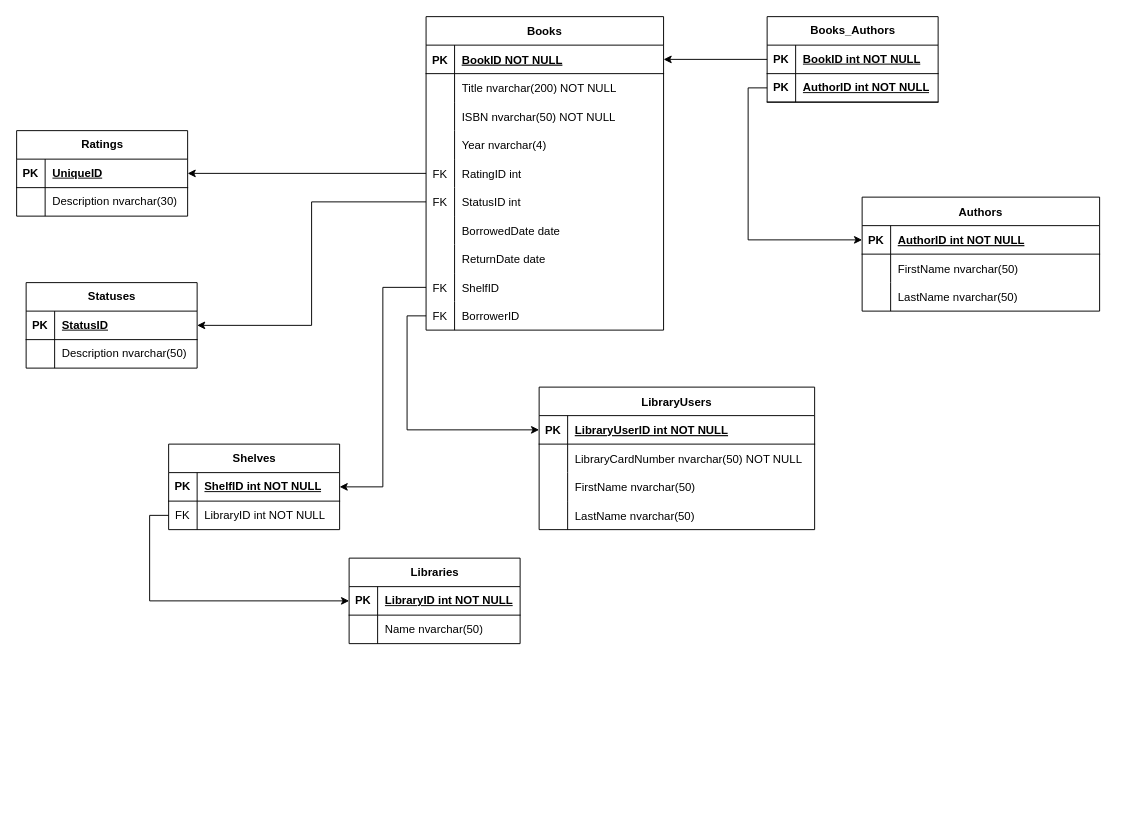
sarlinkle/LibraryAppWebAPI keeps this draw.io diagram as EntityRelationshipDiagram.drawio. Above is the earlier version. Source tidied: cells renumbered, new cells numbered last; positions are measured from the earlier drawing's top-left corner, leaving out a move shared by most shapes. Both pictures are drawn from the tidied source at 95%, with x=0, y=0 at pixel (16, 16).
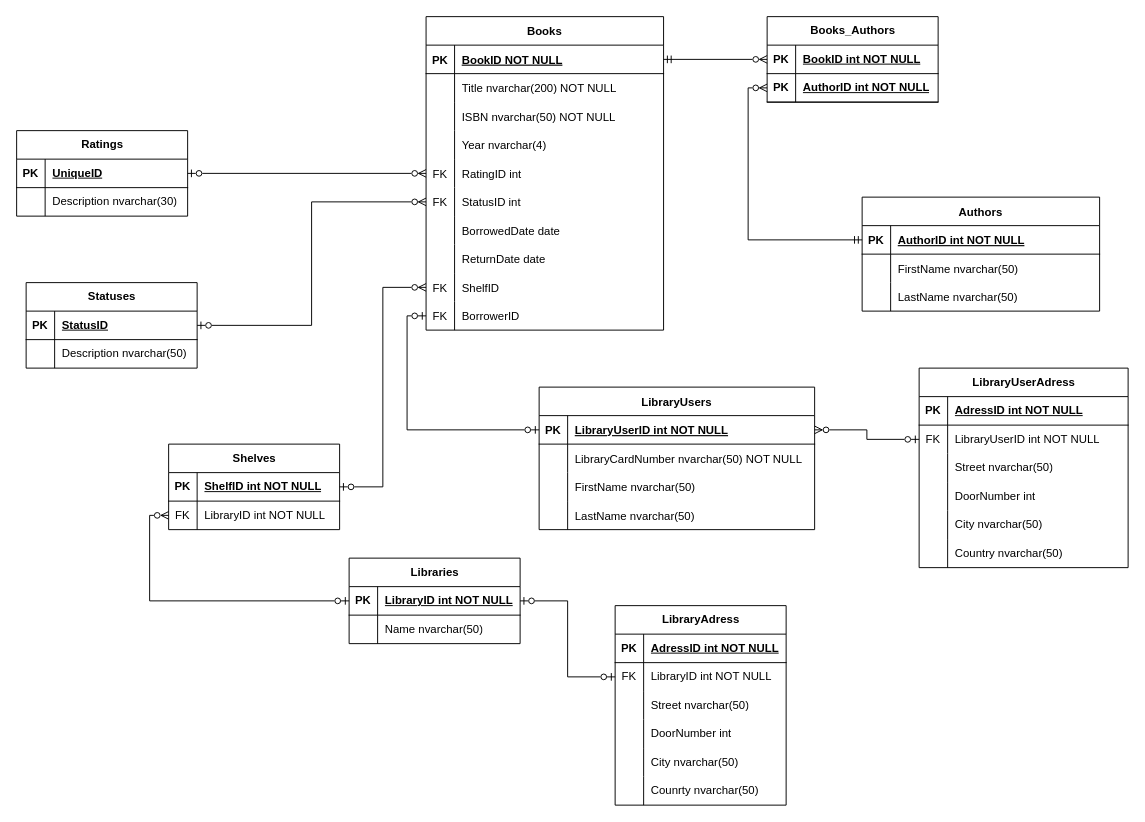
After the change.

The change refers to these unchanged cells:
```xml
<mxCell id="3" style="shape=partialRectangle;fillColor=none;points=[[0,0.5],[1,0.5]];portConstraint=eastwest;top=0;left=0;right=0;bottom=1;" parent="2" vertex="1">
  <mxGeometry y="30" width="250" height="30" as="geometry" />
</mxCell>
<mxCell id="13" style="shape=partialRectangle;fillColor=none;points=[[0,0.5],[1,0.5]];portConstraint=eastwest;top=0;left=0;right=0;bottom=1;" parent="12" vertex="1">
  <mxGeometry y="30" width="290" height="30" as="geometry" />
</mxCell>
<mxCell id="26" style="shape=partialRectangle;fillColor=none;points=[[0,0.5],[1,0.5]];portConstraint=eastwest;top=0;left=0;right=0;bottom=1;" parent="25" vertex="1">
  <mxGeometry y="30" width="250" height="30" as="geometry" />
</mxCell>
<mxCell id="38" style="shape=partialRectangle;fillColor=none;points=[[0,0.5],[1,0.5]];portConstraint=eastwest;top=0;left=0;right=0;bottom=0;" parent="25" vertex="1">
  <mxGeometry y="150" width="250" height="30" as="geometry" />
</mxCell>
<mxCell id="41" style="shape=partialRectangle;fillColor=none;points=[[0,0.5],[1,0.5]];portConstraint=eastwest;top=0;left=0;right=0;bottom=0;" parent="25" vertex="1">
  <mxGeometry y="180" width="250" height="30" as="geometry" />
</mxCell>
<mxCell id="50" style="shape=partialRectangle;fillColor=none;points=[[0,0.5],[1,0.5]];portConstraint=eastwest;top=0;left=0;right=0;bottom=0;" parent="25" vertex="1">
  <mxGeometry y="270" width="250" height="30" as="geometry" />
</mxCell>
<mxCell id="53" style="shape=partialRectangle;fillColor=none;points=[[0,0.5],[1,0.5]];portConstraint=eastwest;top=0;left=0;right=0;bottom=0;" parent="25" vertex="1">
  <mxGeometry y="300" width="250" height="30" as="geometry" />
</mxCell>
<mxCell id="57" style="shape=tableRow;horizontal=0;startSize=0;swimlaneHead=0;swimlaneBody=0;fillColor=none;points=[[0,0.5],[1,0.5]];portConstraint=eastwest;top=0;left=0;right=0;bottom=1;" parent="56" vertex="1">
  <mxGeometry y="30" width="180" height="30" as="geometry" />
</mxCell>
<mxCell id="60" style="shape=tableRow;horizontal=0;startSize=0;swimlaneHead=0;swimlaneBody=0;fillColor=none;points=[[0,0.5],[1,0.5]];portConstraint=eastwest;top=0;left=0;right=0;bottom=1;" parent="56" vertex="1">
  <mxGeometry y="60" width="180" height="30" as="geometry" />
</mxCell>
<mxCell id="64" style="shape=tableRow;horizontal=0;startSize=0;swimlaneHead=0;swimlaneBody=0;fillColor=none;points=[[0,0.5],[1,0.5]];portConstraint=eastwest;top=0;left=0;right=0;bottom=1;" parent="63" vertex="1">
  <mxGeometry y="30" width="180" height="30" as="geometry" />
</mxCell>
<mxCell id="67" style="shape=tableRow;horizontal=0;startSize=0;swimlaneHead=0;swimlaneBody=0;fillColor=none;points=[[0,0.5],[1,0.5]];portConstraint=eastwest;top=0;left=0;right=0;bottom=0;" parent="63" vertex="1">
  <mxGeometry y="60" width="180" height="30" as="geometry" />
</mxCell>
<mxCell id="71" style="shape=tableRow;horizontal=0;startSize=0;swimlaneHead=0;swimlaneBody=0;fillColor=none;points=[[0,0.5],[1,0.5]];portConstraint=eastwest;top=0;left=0;right=0;bottom=1;" parent="70" vertex="1">
  <mxGeometry y="30" width="180" height="30" as="geometry" />
</mxCell>
<mxCell id="78" style="shape=tableRow;horizontal=0;startSize=0;swimlaneHead=0;swimlaneBody=0;fillColor=none;points=[[0,0.5],[1,0.5]];portConstraint=eastwest;top=0;left=0;right=0;bottom=1;" parent="77" vertex="1">
  <mxGeometry y="30" width="180" height="30" as="geometry" />
</mxCell>
<mxCell id="86" style="shape=tableRow;horizontal=0;startSize=0;swimlaneHead=0;swimlaneBody=0;fillColor=none;points=[[0,0.5],[1,0.5]];portConstraint=eastwest;top=0;left=0;right=0;bottom=1;" parent="85" vertex="1">
  <mxGeometry y="30" width="180" height="30" as="geometry" />
</mxCell>
```

What changed in the source:
```diff
@@
-    <mxCell id="84" style="edgeStyle=orthogonalEdgeStyle;rounded=0;jettySize=auto;html=1;exitX=0;exitY=0.5;exitDx=0;exitDy=0;entryX=1;entryY=0.5;entryDx=0;entryDy=0;" parent="1" edge="1" source="50" target="64">
+    <mxCell id="84" style="edgeStyle=orthogonalEdgeStyle;rounded=0;jettySize=auto;html=1;exitX=0;exitY=0.5;exitDx=0;exitDy=0;entryX=1;entryY=0.5;entryDx=0;entryDy=0;startArrow=ERzeroToMany;startFill=0;endArrow=ERzeroToOne;endFill=0;" parent="1" edge="1" source="50" target="64">
       <mxGeometry relative="1" as="geometry" />
     </mxCell>
@@
-    <mxCell id="92" style="edgeStyle=orthogonalEdgeStyle;rounded=0;jettySize=auto;html=1;entryX=1;entryY=0.5;entryDx=0;entryDy=0;" parent="1" edge="1" source="41" target="86">
+    <mxCell id="92" style="edgeStyle=orthogonalEdgeStyle;rounded=0;jettySize=auto;html=1;entryX=1;entryY=0.5;entryDx=0;entryDy=0;startArrow=ERzeroToMany;startFill=0;endArrow=ERzeroToOne;endFill=0;" parent="1" edge="1" source="41" target="86">
       <mxGeometry relative="1" as="geometry" />
     </mxCell>
-    <mxCell id="93" style="edgeStyle=orthogonalEdgeStyle;rounded=0;jettySize=auto;html=1;entryX=1;entryY=0.5;entryDx=0;entryDy=0;" parent="1" edge="1" source="38" target="78">
+    <mxCell id="93" style="edgeStyle=orthogonalEdgeStyle;rounded=0;jettySize=auto;html=1;entryX=1;entryY=0.5;entryDx=0;entryDy=0;startArrow=ERzeroToMany;startFill=0;endArrow=ERzeroToOne;endFill=0;" parent="1" edge="1" source="38" target="78">
       <mxGeometry relative="1" as="geometry" />
     </mxCell>
-    <mxCell id="94" style="edgeStyle=orthogonalEdgeStyle;rounded=0;jettySize=auto;html=1;exitX=0;exitY=0.5;exitDx=0;exitDy=0;entryX=0;entryY=0.5;entryDx=0;entryDy=0;" parent="1" edge="1" source="53" target="13">
+    <mxCell id="94" style="edgeStyle=orthogonalEdgeStyle;rounded=0;jettySize=auto;html=1;exitX=0;exitY=0.5;exitDx=0;exitDy=0;entryX=0;entryY=0.5;entryDx=0;entryDy=0;startArrow=ERzeroToOne;startFill=0;endArrow=ERzeroToOne;endFill=0;" parent="1" edge="1" source="53" target="13">
       <mxGeometry relative="1" as="geometry" />
     </mxCell>
-    <mxCell id="95" style="edgeStyle=orthogonalEdgeStyle;rounded=0;jettySize=auto;html=1;exitX=0;exitY=0.5;exitDx=0;exitDy=0;entryX=1;entryY=0.5;entryDx=0;entryDy=0;" parent="1" edge="1" source="57" target="26">
+    <mxCell id="95" style="edgeStyle=orthogonalEdgeStyle;rounded=0;jettySize=auto;html=1;exitX=0;exitY=0.5;exitDx=0;exitDy=0;entryX=1;entryY=0.5;entryDx=0;entryDy=0;endArrow=ERmandOne;endFill=0;startArrow=ERzeroToMany;startFill=0;" parent="1" edge="1" source="57" target="26">
       <mxGeometry relative="1" as="geometry" />
     </mxCell>
-    <mxCell id="96" style="edgeStyle=orthogonalEdgeStyle;rounded=0;jettySize=auto;html=1;exitX=0;exitY=0.5;exitDx=0;exitDy=0;entryX=0;entryY=0.5;entryDx=0;entryDy=0;" parent="1" edge="1" source="60" target="3">
+    <mxCell id="96" style="edgeStyle=orthogonalEdgeStyle;rounded=0;jettySize=auto;html=1;exitX=0;exitY=0.5;exitDx=0;exitDy=0;entryX=0;entryY=0.5;entryDx=0;entryDy=0;startArrow=ERzeroToMany;startFill=0;endArrow=ERmandOne;endFill=0;" parent="1" edge="1" source="60" target="3">
       <mxGeometry relative="1" as="geometry" />
     </mxCell>
-    <mxCell id="97" style="edgeStyle=orthogonalEdgeStyle;rounded=0;jettySize=auto;html=1;exitX=0;exitY=0.5;exitDx=0;exitDy=0;entryX=0;entryY=0.5;entryDx=0;entryDy=0;" parent="1" edge="1" source="67" target="71">
+    <mxCell id="97" style="edgeStyle=orthogonalEdgeStyle;rounded=0;jettySize=auto;html=1;exitX=0;exitY=0.5;exitDx=0;exitDy=0;entryX=0;entryY=0.5;entryDx=0;entryDy=0;startArrow=ERzeroToMany;startFill=0;endArrow=ERzeroToOne;endFill=0;" parent="1" edge="1" source="67" target="71">
       <mxGeometry relative="1" as="geometry" />
     </mxCell>
+    <mxCell id="98" value="LibraryUserAdress" style="shape=table;startSize=30;childLayout=tableLayout;rowLines=0;fontStyle=1;align=center;html=1;" parent="1" vertex="1">
+      <mxGeometry x="950" y="370" width="220" height="210" as="geometry" />
+    </mxCell>
+    <mxCell id="99" style="shape=tableRow;horizontal=0;startSize=0;swimlaneHead=0;swimlaneBody=0;fillColor=none;top=0;left=0;right=0;bottom=1;" parent="98" vertex="1">
+      <mxGeometry y="30" width="220" height="30" as="geometry" />
+    </mxCell>
+    <mxCell id="100" value="PK" style="shape=partialRectangle;fillColor=none;top=0;left=0;bottom=0;right=0;fontStyle=1;overflow=hidden;whiteSpace=wrap;html=1;" parent="99" vertex="1">
+      <mxGeometry width="30" height="30" as="geometry" />
+    </mxCell>
+    <mxCell id="101" value="AdressID int NOT NULL" style="shape=partialRectangle;fillColor=none;top=0;left=0;bottom=0;right=0;align=left;spacingLeft=6;fontStyle=5;overflow=hidden;whiteSpace=wrap;html=1;" parent="99" vertex="1">
+      <mxGeometry x="30" width="190" height="30" as="geometry" />
+    </mxCell>
+    <mxCell id="102" style="shape=tableRow;horizontal=0;startSize=0;swimlaneHead=0;swimlaneBody=0;fillColor=none;points=[[0,0.5],[1,0.5]];portConstraint=eastwest;top=0;left=0;right=0;bottom=0;" parent="98" vertex="1">
+      <mxGeometry y="60" width="220" height="30" as="geometry" />
+    </mxCell>
+    <mxCell id="103" value="FK" style="shape=partialRectangle;fillColor=none;top=0;left=0;bottom=0;right=0;overflow=hidden;whiteSpace=wrap;html=1;" parent="102" vertex="1">
+      <mxGeometry width="30" height="30" as="geometry" />
+    </mxCell>
+    <mxCell id="104" value="LibraryUserID int NOT NULL" style="shape=partialRectangle;fillColor=none;top=0;left=0;bottom=0;right=0;align=left;spacingLeft=6;overflow=hidden;whiteSpace=wrap;html=1;" parent="102" vertex="1">
+      <mxGeometry x="30" width="190" height="30" as="geometry" />
+    </mxCell>
+    <mxCell id="105" style="shape=tableRow;horizontal=0;startSize=0;swimlaneHead=0;swimlaneBody=0;fillColor=none;top=0;left=0;right=0;bottom=0;" parent="98" vertex="1">
+      <mxGeometry y="90" width="220" height="30" as="geometry" />
+    </mxCell>
+    <mxCell id="106" style="shape=partialRectangle;fillColor=none;top=0;left=0;bottom=0;right=0;overflow=hidden;whiteSpace=wrap;html=1;" parent="105" vertex="1">
+      <mxGeometry width="30" height="30" as="geometry" />
+    </mxCell>
+    <mxCell id="107" value="Street nvarchar(50)" style="shape=partialRectangle;fillColor=none;top=0;left=0;bottom=0;right=0;align=left;spacingLeft=6;overflow=hidden;whiteSpace=wrap;html=1;" parent="105" vertex="1">
+      <mxGeometry x="30" width="190" height="30" as="geometry" />
+    </mxCell>
+    <mxCell id="108" style="shape=tableRow;horizontal=0;startSize=0;swimlaneHead=0;swimlaneBody=0;fillColor=none;top=0;left=0;right=0;bottom=0;" parent="98" vertex="1">
+      <mxGeometry y="120" width="220" height="30" as="geometry" />
+    </mxCell>
+    <mxCell id="109" style="shape=partialRectangle;fillColor=none;top=0;left=0;bottom=0;right=0;overflow=hidden;whiteSpace=wrap;html=1;" parent="108" vertex="1">
+      <mxGeometry width="30" height="30" as="geometry" />
+    </mxCell>
+    <mxCell id="110" value="DoorNumber int" style="shape=partialRectangle;fillColor=none;top=0;left=0;bottom=0;right=0;align=left;spacingLeft=6;overflow=hidden;whiteSpace=wrap;html=1;" parent="108" vertex="1">
+      <mxGeometry x="30" width="190" height="30" as="geometry" />
+    </mxCell>
+    <mxCell id="111" style="shape=tableRow;horizontal=0;startSize=0;swimlaneHead=0;swimlaneBody=0;fillColor=none;top=0;left=0;right=0;bottom=0;" parent="98" vertex="1">
+      <mxGeometry y="150" width="220" height="30" as="geometry" />
+    </mxCell>
+    <mxCell id="112" style="shape=partialRectangle;fillColor=none;top=0;left=0;bottom=0;right=0;overflow=hidden;whiteSpace=wrap;html=1;" parent="111" vertex="1">
+      <mxGeometry width="30" height="30" as="geometry" />
+    </mxCell>
+    <mxCell id="113" value="City nvarchar(50)" style="shape=partialRectangle;fillColor=none;top=0;left=0;bottom=0;right=0;align=left;spacingLeft=6;overflow=hidden;whiteSpace=wrap;html=1;" parent="111" vertex="1">
+      <mxGeometry x="30" width="190" height="30" as="geometry" />
+    </mxCell>
+    <mxCell id="114" style="shape=tableRow;horizontal=0;startSize=0;swimlaneHead=0;swimlaneBody=0;fillColor=none;top=0;left=0;right=0;bottom=0;" parent="98" vertex="1">
+      <mxGeometry y="180" width="220" height="30" as="geometry" />
+    </mxCell>
+    <mxCell id="115" style="shape=partialRectangle;fillColor=none;top=0;left=0;bottom=0;right=0;overflow=hidden;whiteSpace=wrap;html=1;" parent="114" vertex="1">
+      <mxGeometry width="30" height="30" as="geometry" />
+    </mxCell>
+    <mxCell id="116" value="Country nvarchar(50)" style="shape=partialRectangle;fillColor=none;top=0;left=0;bottom=0;right=0;align=left;spacingLeft=6;overflow=hidden;whiteSpace=wrap;html=1;" parent="114" vertex="1">
+      <mxGeometry x="30" width="190" height="30" as="geometry" />
+    </mxCell>
+    <mxCell id="117" style="edgeStyle=orthogonalEdgeStyle;rounded=0;jettySize=auto;html=1;exitX=1;exitY=0.5;exitDx=0;exitDy=0;entryX=0;entryY=0.5;entryDx=0;entryDy=0;startArrow=ERzeroToMany;startFill=0;endArrow=ERzeroToOne;endFill=0;" parent="1" edge="1" source="13" target="102">
+      <mxGeometry relative="1" as="geometry" />
+    </mxCell>
+    <mxCell id="118" value="LibraryAdress" style="shape=table;startSize=30;childLayout=tableLayout;rowLines=0;fontStyle=1;align=center;html=1;" parent="1" vertex="1">
+      <mxGeometry x="630" y="620" width="180" height="210" as="geometry" />
+    </mxCell>
+    <mxCell id="119" style="shape=tableRow;horizontal=0;startSize=0;swimlaneHead=0;swimlaneBody=0;fillColor=none;top=0;left=0;right=0;bottom=1;" parent="118" vertex="1">
+      <mxGeometry y="30" width="180" height="30" as="geometry" />
+    </mxCell>
+    <mxCell id="120" value="PK" style="shape=partialRectangle;fillColor=none;top=0;left=0;bottom=0;right=0;fontStyle=1;overflow=hidden;whiteSpace=wrap;html=1;" parent="119" vertex="1">
+      <mxGeometry width="30" height="30" as="geometry" />
+    </mxCell>
+    <mxCell id="121" value="AdressID int NOT NULL" style="shape=partialRectangle;fillColor=none;top=0;left=0;bottom=0;right=0;align=left;spacingLeft=6;fontStyle=5;overflow=hidden;whiteSpace=wrap;html=1;" parent="119" vertex="1">
+      <mxGeometry x="30" width="150" height="30" as="geometry" />
+    </mxCell>
+    <mxCell id="122" style="shape=tableRow;horizontal=0;startSize=0;swimlaneHead=0;swimlaneBody=0;fillColor=none;points=[[0,0.5],[1,0.5]];portConstraint=eastwest;top=0;left=0;right=0;bottom=0;" parent="118" vertex="1">
+      <mxGeometry y="60" width="180" height="30" as="geometry" />
+    </mxCell>
+    <mxCell id="123" value="FK" style="shape=partialRectangle;fillColor=none;top=0;left=0;bottom=0;right=0;overflow=hidden;whiteSpace=wrap;html=1;" parent="122" vertex="1">
+      <mxGeometry width="30" height="30" as="geometry" />
+    </mxCell>
+    <mxCell id="124" value="LibraryID int NOT NULL" style="shape=partialRectangle;fillColor=none;top=0;left=0;bottom=0;right=0;align=left;spacingLeft=6;overflow=hidden;whiteSpace=wrap;html=1;" parent="122" vertex="1">
+      <mxGeometry x="30" width="150" height="30" as="geometry" />
+    </mxCell>
+    <mxCell id="125" style="shape=tableRow;horizontal=0;startSize=0;swimlaneHead=0;swimlaneBody=0;fillColor=none;top=0;left=0;right=0;bottom=0;" parent="118" vertex="1">
+      <mxGeometry y="90" width="180" height="30" as="geometry" />
+    </mxCell>
+    <mxCell id="126" style="shape=partialRectangle;fillColor=none;top=0;left=0;bottom=0;right=0;overflow=hidden;whiteSpace=wrap;html=1;" parent="125" vertex="1">
+      <mxGeometry width="30" height="30" as="geometry" />
+    </mxCell>
+    <mxCell id="127" value="Street nvarchar(50)" style="shape=partialRectangle;fillColor=none;top=0;left=0;bottom=0;right=0;align=left;spacingLeft=6;overflow=hidden;whiteSpace=wrap;html=1;" parent="125" vertex="1">
+      <mxGeometry x="30" width="150" height="30" as="geometry" />
+    </mxCell>
+    <mxCell id="128" style="shape=tableRow;horizontal=0;startSize=0;swimlaneHead=0;swimlaneBody=0;fillColor=none;top=0;left=0;right=0;bottom=0;" parent="118" vertex="1">
+      <mxGeometry y="120" width="180" height="30" as="geometry" />
+    </mxCell>
+    <mxCell id="129" style="shape=partialRectangle;fillColor=none;top=0;left=0;bottom=0;right=0;overflow=hidden;whiteSpace=wrap;html=1;" parent="128" vertex="1">
+      <mxGeometry width="30" height="30" as="geometry" />
+    </mxCell>
+    <mxCell id="130" value="DoorNumber int" style="shape=partialRectangle;fillColor=none;top=0;left=0;bottom=0;right=0;align=left;spacingLeft=6;overflow=hidden;whiteSpace=wrap;html=1;" parent="128" vertex="1">
+      <mxGeometry x="30" width="150" height="30" as="geometry" />
+    </mxCell>
+    <mxCell id="131" style="shape=tableRow;horizontal=0;startSize=0;swimlaneHead=0;swimlaneBody=0;fillColor=none;top=0;left=0;right=0;bottom=0;" parent="118" vertex="1">
+      <mxGeometry y="150" width="180" height="30" as="geometry" />
+    </mxCell>
+    <mxCell id="132" style="shape=partialRectangle;fillColor=none;top=0;left=0;bottom=0;right=0;overflow=hidden;whiteSpace=wrap;html=1;" parent="131" vertex="1">
+      <mxGeometry width="30" height="30" as="geometry" />
+    </mxCell>
+    <mxCell id="133" value="City nvarchar(50)" style="shape=partialRectangle;fillColor=none;top=0;left=0;bottom=0;right=0;align=left;spacingLeft=6;overflow=hidden;whiteSpace=wrap;html=1;" parent="131" vertex="1">
+      <mxGeometry x="30" width="150" height="30" as="geometry" />
+    </mxCell>
+    <mxCell id="134" style="shape=tableRow;horizontal=0;startSize=0;swimlaneHead=0;swimlaneBody=0;fillColor=none;top=0;left=0;right=0;bottom=0;" parent="118" vertex="1">
+      <mxGeometry y="180" width="180" height="30" as="geometry" />
+    </mxCell>
+    <mxCell id="135" style="shape=partialRectangle;fillColor=none;top=0;left=0;bottom=0;right=0;overflow=hidden;whiteSpace=wrap;html=1;" parent="134" vertex="1">
+      <mxGeometry width="30" height="30" as="geometry" />
+    </mxCell>
+    <mxCell id="136" value="Counrty nvarchar(50)" style="shape=partialRectangle;fillColor=none;top=0;left=0;bottom=0;right=0;align=left;spacingLeft=6;overflow=hidden;whiteSpace=wrap;html=1;" parent="134" vertex="1">
+      <mxGeometry x="30" width="150" height="30" as="geometry" />
+    </mxCell>
+    <mxCell id="137" style="edgeStyle=orthogonalEdgeStyle;rounded=0;jettySize=auto;html=1;exitX=1;exitY=0.5;exitDx=0;exitDy=0;entryX=0;entryY=0.5;entryDx=0;entryDy=0;endArrow=ERzeroToOne;endFill=0;startArrow=ERzeroToOne;startFill=0;" parent="1" edge="1" source="71" target="122">
+      <mxGeometry relative="1" as="geometry" />
+    </mxCell>
```
